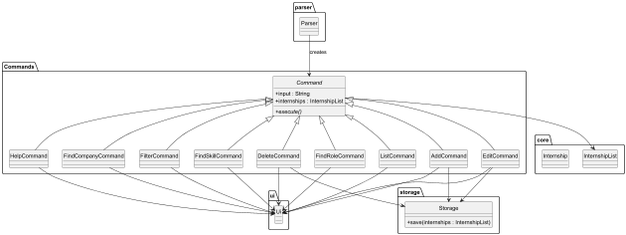
The PlantUML diagram docs/images/commandsComponent.png in xyanjun02/tp, before a commit.
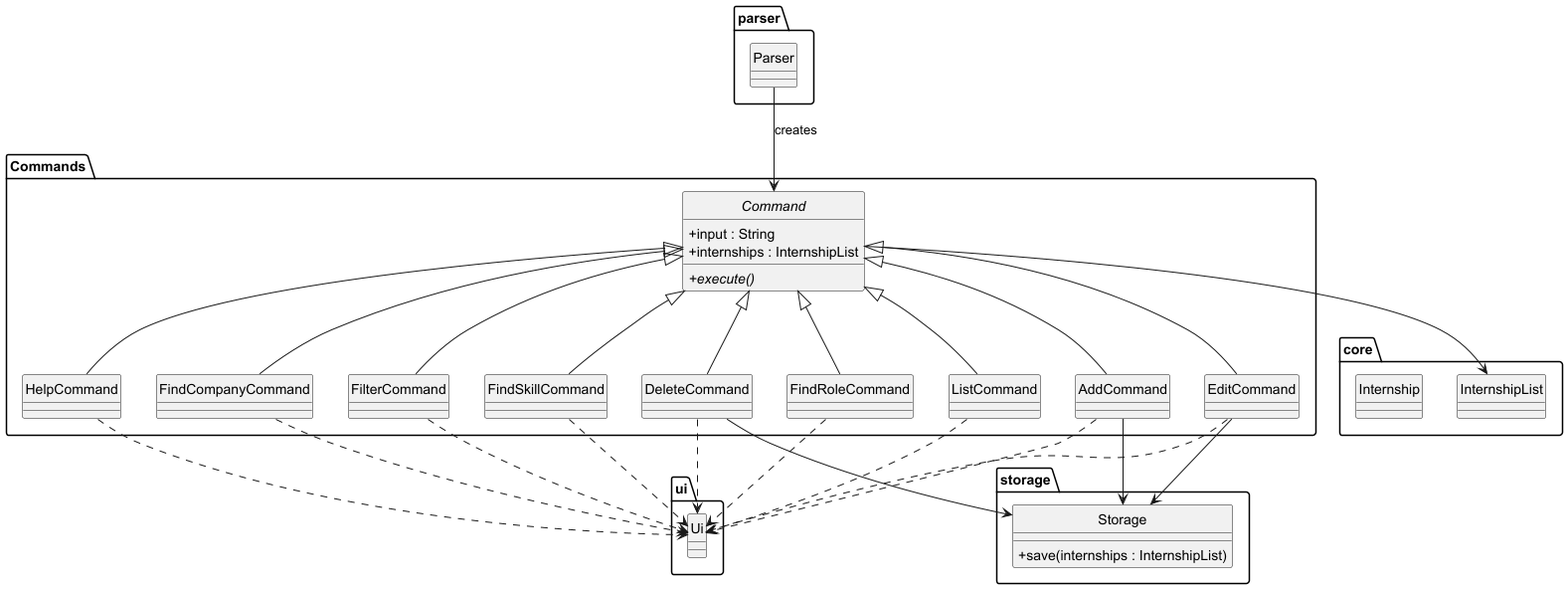
After the change.

The edit, as a diff of the source:
```diff
@@ -54,14 +54,14 @@
 AddCommand --> Storage
 DeleteCommand --> Storage
 EditCommand --> Storage
-AddCommand --> Ui
-DeleteCommand --> Ui
-EditCommand --> Ui
-FindCompanyCommand --> Ui
-FindRoleCommand --> Ui
-FindSkillCommand --> Ui
-FilterCommand --> Ui
-HelpCommand --> Ui
-ListCommand --> Ui
+AddCommand ..> Ui
+DeleteCommand ..> Ui
+EditCommand ..> Ui
+FindCompanyCommand ..> Ui
+FindRoleCommand ..> Ui
+FindSkillCommand ..> Ui
+FilterCommand ..> Ui
+HelpCommand ..> Ui
+ListCommand ..> Ui
 
 @enduml
```
